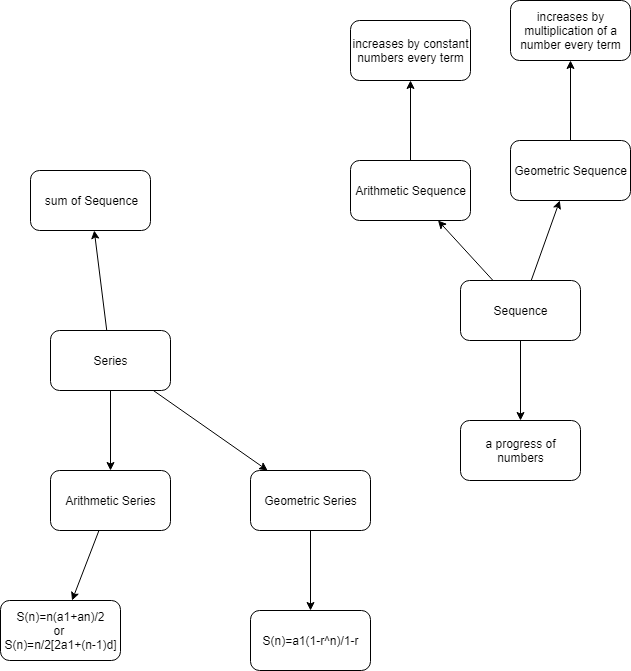
Above: Algebra_Sequence_Overview.PNG in stsiwo/data_structures_and_algorithm (draw.io), before the change. Source tidied: cells renumbered, new cells last; positions are measured from the earlier drawing's top-left corner, leaving out a move shared by most shapes.
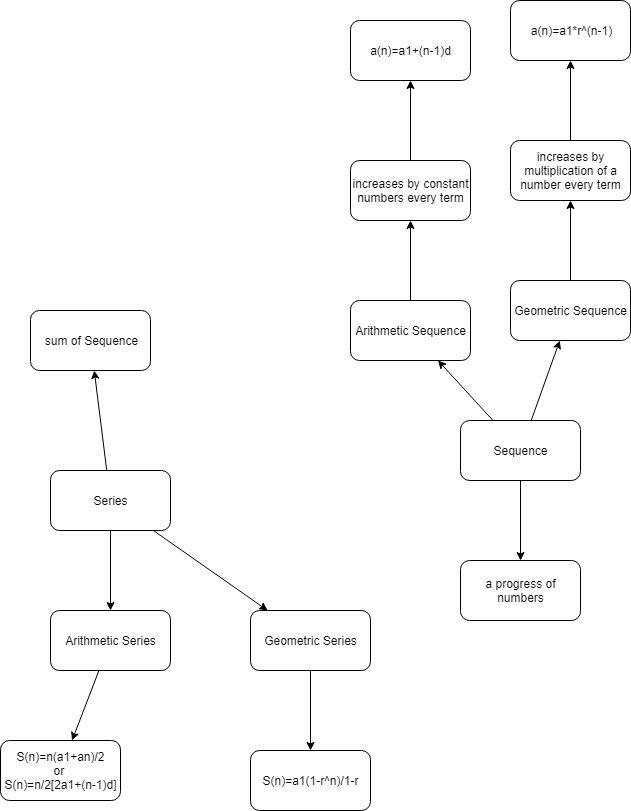
The same diagram one commit later.

What changed in the source:
```diff
@@ -20,18 +20,30 @@
     <mxCell id="7" value="Geometric Sequence" style="rounded=1;whiteSpace=wrap;html=1;" parent="1" vertex="1">
       <mxGeometry x="510" y="140" width="120" height="60" as="geometry" />
     </mxCell>
+    <mxCell id="24" style="edgeStyle=none;rounded=0;jettySize=auto;html=1;" parent="1" edge="1" source="8" target="25">
+      <mxGeometry relative="1" as="geometry" />
+    </mxCell>
     <mxCell id="8" value="increases by multiplication of a number every term" style="rounded=1;whiteSpace=wrap;html=1;" parent="1" vertex="1">
       <mxGeometry x="510" width="120" height="60" as="geometry" />
     </mxCell>
+    <mxCell id="25" value="a(n)=a1*r^(n-1)" style="rounded=1;whiteSpace=wrap;html=1;" parent="1" vertex="1">
+      <mxGeometry x="510" y="-140" width="120" height="60" as="geometry" />
+    </mxCell>
     <mxCell id="9" style="edgeStyle=none;rounded=0;jettySize=auto;html=1;" parent="1" edge="1" source="10" target="11">
       <mxGeometry relative="1" as="geometry" />
     </mxCell>
     <mxCell id="10" value="Arithmetic Sequence" style="rounded=1;whiteSpace=wrap;html=1;" parent="1" vertex="1">
       <mxGeometry x="350" y="160" width="120" height="60" as="geometry" />
     </mxCell>
+    <mxCell id="26" style="edgeStyle=none;rounded=0;jettySize=auto;html=1;" parent="1" edge="1" source="11" target="27">
+      <mxGeometry relative="1" as="geometry" />
+    </mxCell>
     <mxCell id="11" value="increases by constant numbers every term" style="rounded=1;whiteSpace=wrap;html=1;" parent="1" vertex="1">
       <mxGeometry x="350" y="20" width="120" height="60" as="geometry" />
     </mxCell>
+    <mxCell id="27" value="a(n)=a1+(n-1)d" style="rounded=1;whiteSpace=wrap;html=1;" parent="1" vertex="1">
+      <mxGeometry x="350" y="-120" width="120" height="60" as="geometry" />
+    </mxCell>
     <mxCell id="12" value="a progress of numbers" style="rounded=1;whiteSpace=wrap;html=1;" parent="1" vertex="1">
       <mxGeometry x="460" y="420" width="120" height="60" as="geometry" />
     </mxCell>
```
